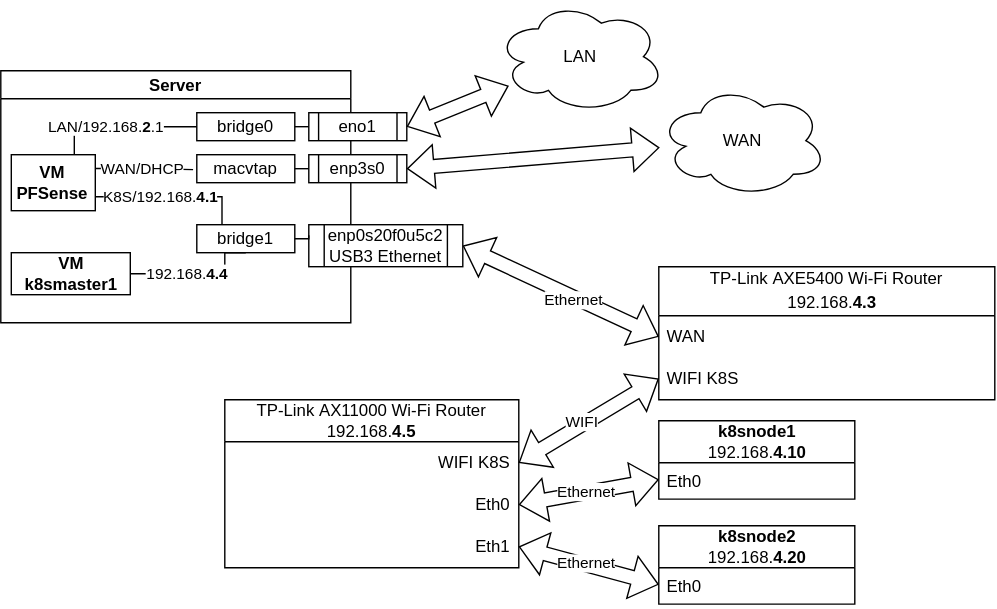
Above: Janky Network.svg in blekinge/k8s-setup-journey (draw.io), before the change. Source tidied: cells renumbered, new cells last; positions are measured from the earlier drawing's top-left corner, leaving out a move shared by most shapes.
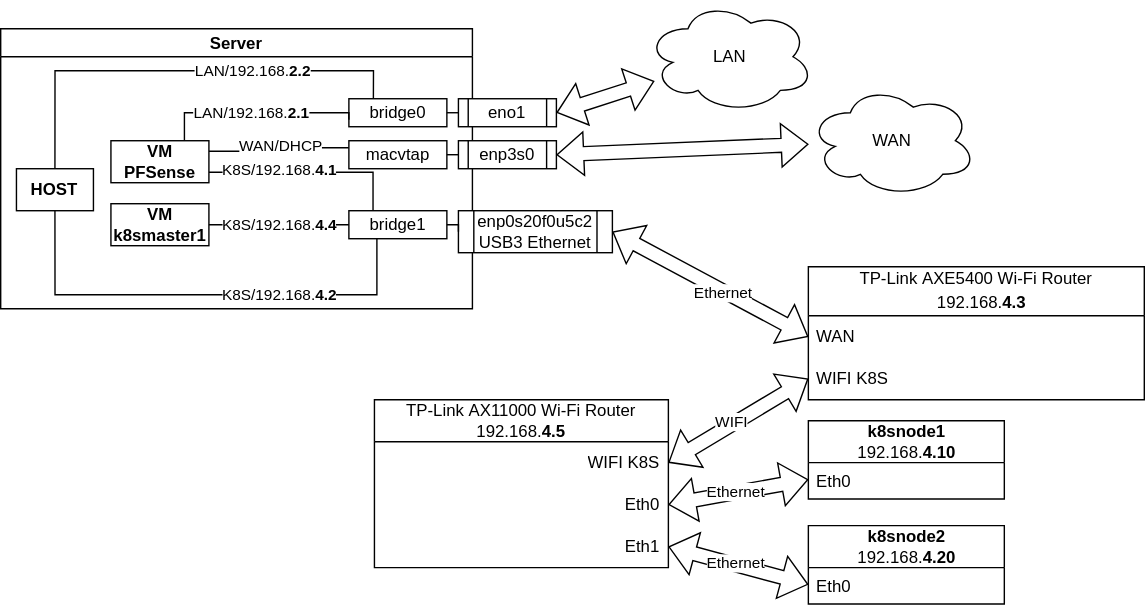
Later version of the same file.

Commit message:
Start of PFSense network setup

Change to the diagram source:
```diff
@@ -59,100 +59,132 @@
     <mxCell id="20" value="Ethernet" style="edgeLabel;html=1;align=center;verticalAlign=middle;" parent="19" vertex="1">
       <mxGeometry x="-0.05" y="1" relative="1" as="geometry" />
     </mxCell>
-    <mxCell id="21" style="group;" parent="1" vertex="1">
-      <mxGeometry width="590" height="230" as="geometry" />
-    </mxCell>
-    <mxCell id="22" value="Server" style="swimlane;startSize=20;horizontal=1;containerType=tree;" parent="21" vertex="1">
-      <mxGeometry y="50" width="250" height="180" as="geometry" />
+    <mxCell id="22" value="Server" style="swimlane;startSize=20;horizontal=1;containerType=tree;" parent="1" vertex="1">
+      <mxGeometry x="-107" y="20" width="337" height="200" as="geometry" />
     </mxCell>
+    <mxCell id="46" style="edgeStyle=orthogonalEdgeStyle;rounded=0;jettySize=auto;html=1;entryX=0.5;entryY=0;entryDx=0;entryDy=0;exitX=0.25;exitY=0;exitDx=0;exitDy=0;endArrow=none;endFill=0;" parent="22" edge="1" source="27" target="50">
+      <mxGeometry relative="1" as="geometry">
+        <Array as="points">
+          <mxPoint x="266" y="30" />
+          <mxPoint x="39" y="30" />
+        </Array>
+      </mxGeometry>
+    </mxCell>
+    <mxCell id="47" value="LAN/192.168.&lt;b&gt;2.2&lt;/b&gt;" style="edgeLabel;html=1;align=center;verticalAlign=middle;" parent="46" vertex="1">
+      <mxGeometry x="0.33" y="1" relative="1" as="geometry">
+        <mxPoint x="105" y="-1" as="offset" />
+      </mxGeometry>
+    </mxCell>
-    <mxCell id="23" style="edgeStyle=elbowEdgeStyle;rounded=0;jettySize=auto;html=1;startArrow=none;endArrow=none;exitX=1;exitY=0.25;exitDx=0;exitDy=0;entryX=-0.038;entryY=0.533;entryDx=0;entryDy=0;elbow=horizontal;entryPerimeter=0;" parent="22" edge="1" target="26">
-      <mxGeometry relative="1" as="geometry">
-        <mxPoint x="67.5" y="69.8" as="sourcePoint" />
-      </mxGeometry>
+    <mxCell id="23" style="edgeStyle=elbowEdgeStyle;rounded=0;jettySize=auto;html=1;startArrow=none;endArrow=none;exitX=1;exitY=0.25;exitDx=0;exitDy=0;entryX=0;entryY=0.25;entryDx=0;entryDy=0;elbow=horizontal;" parent="22" edge="1" source="25" target="26">
+      <mxGeometry relative="1" as="geometry" />
     </mxCell>
     <mxCell id="24" value="WAN/DHCP" style="edgeLabel;html=1;align=center;verticalAlign=middle;" parent="23" vertex="1">
       <mxGeometry x="0.27" y="-1" relative="1" as="geometry">
         <mxPoint x="-11" y="-2" as="offset" />
       </mxGeometry>
     </mxCell>
-    <mxCell id="25" value="&lt;b&gt;VM&lt;br&gt;PFSense&lt;/b&gt;" style="whiteSpace=wrap;html=1;newEdgeStyle={&quot;edgeStyle&quot;:&quot;elbowEdgeStyle&quot;,&quot;startArrow&quot;:&quot;none&quot;,&quot;endArrow&quot;:&quot;none&quot;};" parent="22" vertex="1">
-      <mxGeometry x="7.5" y="60" width="60" height="40" as="geometry" />
-    </mxCell>
     <mxCell id="26" value="macvtap" style="rounded=0;whiteSpace=wrap;html=1;" parent="22" vertex="1">
-      <mxGeometry x="140" y="60" width="70" height="20" as="geometry" />
+      <mxGeometry x="248.8" y="80" width="70" height="20" as="geometry" />
     </mxCell>
     <mxCell id="27" value="bridge0" style="rounded=0;whiteSpace=wrap;html=1;" parent="22" vertex="1">
-      <mxGeometry x="140" y="30" width="70" height="20" as="geometry" />
+      <mxGeometry x="248.8" y="50" width="70" height="20" as="geometry" />
     </mxCell>
-    <mxCell id="28" style="edgeStyle=elbowEdgeStyle;rounded=0;jettySize=auto;html=1;startArrow=none;endArrow=none;exitX=0.75;exitY=0;exitDx=0;exitDy=0;entryX=0;entryY=0.5;entryDx=0;entryDy=0;elbow=vertical;" parent="22" edge="1" source="25" target="27">
+    <mxCell id="28" style="edgeStyle=elbowEdgeStyle;rounded=0;jettySize=auto;html=1;startArrow=none;endArrow=none;exitX=0.75;exitY=0;exitDx=0;exitDy=0;entryX=0;entryY=0.75;entryDx=0;entryDy=0;elbow=vertical;" parent="22" edge="1" source="25" target="27">
       <mxGeometry relative="1" as="geometry">
         <Array as="points">
-          <mxPoint x="90" y="40" />
+          <mxPoint x="88.8" y="60" />
         </Array>
       </mxGeometry>
     </mxCell>
-    <mxCell id="29" value="LAN/192.168.&lt;b&gt;2&lt;/b&gt;.1" style="edgeLabel;html=1;align=center;verticalAlign=middle;" parent="28" vertex="1">
+    <mxCell id="29" value="LAN/192.168.&lt;b&gt;2.1&lt;/b&gt;" style="edgeLabel;html=1;align=center;verticalAlign=middle;" parent="28" vertex="1">
       <mxGeometry x="0.08" y="-1" relative="1" as="geometry">
-        <mxPoint x="-15" y="-1" as="offset" />
+        <mxPoint x="-9" y="-1" as="offset" />
       </mxGeometry>
     </mxCell>
     <mxCell id="30" value="&lt;b&gt;VM&lt;br&gt;k8smaster1&lt;/b&gt;" style="whiteSpace=wrap;html=1;newEdgeStyle={&quot;edgeStyle&quot;:&quot;elbowEdgeStyle&quot;,&quot;startArrow&quot;:&quot;none&quot;,&quot;endArrow&quot;:&quot;none&quot;};" parent="22" vertex="1">
-      <mxGeometry x="7.5" y="130" width="85" height="30" as="geometry" />
+      <mxGeometry x="78.8" y="125" width="70" height="30" as="geometry" />
     </mxCell>
+    <mxCell id="48" style="edgeStyle=orthogonalEdgeStyle;rounded=0;jettySize=auto;html=1;entryX=0.5;entryY=1;entryDx=0;entryDy=0;endArrow=none;endFill=0;" parent="22" edge="1" source="31" target="50">
+      <mxGeometry relative="1" as="geometry">
+        <Array as="points">
+          <mxPoint x="268.8" y="190" />
+          <mxPoint x="38.8" y="190" />
+        </Array>
+      </mxGeometry>
+    </mxCell>
+    <mxCell id="49" value="K8S/192.168.&lt;b&gt;4.2&lt;/b&gt;" style="edgeLabel;html=1;align=center;verticalAlign=middle;" parent="48" vertex="1">
+      <mxGeometry x="0.32" relative="1" as="geometry">
+        <mxPoint x="108" as="offset" />
+      </mxGeometry>
+    </mxCell>
     <mxCell id="31" value="bridge1" style="rounded=0;whiteSpace=wrap;html=1;" parent="22" vertex="1">
-      <mxGeometry x="140" y="110" width="70" height="20" as="geometry" />
+      <mxGeometry x="248.8" y="130" width="70" height="20" as="geometry" />
     </mxCell>
     <mxCell id="32" style="edgeStyle=elbowEdgeStyle;rounded=0;jettySize=auto;html=1;startArrow=none;endArrow=none;exitX=1;exitY=0.75;exitDx=0;exitDy=0;entryX=0.25;entryY=0;entryDx=0;entryDy=0;elbow=horizontal;" parent="22" edge="1" source="25" target="31">
       <mxGeometry relative="1" as="geometry">
         <Array as="points">
-          <mxPoint x="158" y="100" />
+          <mxPoint x="266" y="120" />
         </Array>
       </mxGeometry>
     </mxCell>
     <mxCell id="33" value="K8S/192.168.&lt;b&gt;4.1&lt;/b&gt;" style="edgeLabel;html=1;align=center;verticalAlign=middle;" parent="32" vertex="1">
-      <mxGeometry x="-0.18" relative="1" as="geometry" />
+      <mxGeometry x="-0.18" relative="1" as="geometry">
+        <mxPoint x="-10" y="-2" as="offset" />
+      </mxGeometry>
     </mxCell>
-    <mxCell id="34" style="edgeStyle=elbowEdgeStyle;rounded=0;jettySize=auto;html=1;startArrow=none;endArrow=none;exitX=1;exitY=0.5;exitDx=0;exitDy=0;entryX=0.5;entryY=1;entryDx=0;entryDy=0;elbow=horizontal;" parent="22" edge="1" source="30" target="31">
-      <mxGeometry relative="1" as="geometry">
-        <Array as="points">
-          <mxPoint x="160" y="150" />
-        </Array>
-      </mxGeometry>
+    <mxCell id="34" style="edgeStyle=elbowEdgeStyle;rounded=0;jettySize=auto;html=1;startArrow=none;endArrow=none;exitX=1;exitY=0.5;exitDx=0;exitDy=0;entryX=0;entryY=0.5;entryDx=0;entryDy=0;elbow=horizontal;" parent="22" edge="1" source="30" target="31">
+      <mxGeometry relative="1" as="geometry" />
     </mxCell>
-    <mxCell id="35" value="192.168.&lt;b&gt;4.4&lt;/b&gt;" style="edgeLabel;html=1;align=center;verticalAlign=middle;" parent="34" vertex="1">
-      <mxGeometry x="-0.18" relative="1" as="geometry" />
+    <mxCell id="35" value="K8S/192.168.&lt;b&gt;4.4&lt;/b&gt;" style="edgeLabel;html=1;align=center;verticalAlign=middle;" parent="34" vertex="1">
+      <mxGeometry x="-0.18" relative="1" as="geometry">
+        <mxPoint x="9" as="offset" />
+      </mxGeometry>
     </mxCell>
+    <mxCell id="50" value="&lt;b&gt;HOST&lt;/b&gt;" style="whiteSpace=wrap;html=1;newEdgeStyle={&quot;edgeStyle&quot;:&quot;elbowEdgeStyle&quot;,&quot;startArrow&quot;:&quot;none&quot;,&quot;endArrow&quot;:&quot;none&quot;};" parent="22" vertex="1">
+      <mxGeometry x="11.2" y="100" width="55" height="30" as="geometry" />
+    </mxCell>
+    <mxCell id="25" value="&lt;b&gt;VM&lt;br&gt;PFSense&lt;/b&gt;" style="whiteSpace=wrap;html=1;newEdgeStyle={&quot;edgeStyle&quot;:&quot;elbowEdgeStyle&quot;,&quot;startArrow&quot;:&quot;none&quot;,&quot;endArrow&quot;:&quot;none&quot;};" parent="22" vertex="1">
+      <mxGeometry x="78.8" y="80" width="70" height="30" as="geometry" />
+    </mxCell>
-    <mxCell id="36" value="eno1" style="shape=process;whiteSpace=wrap;html=1;backgroundOutline=1;" parent="21" vertex="1">
-      <mxGeometry x="220" y="80" width="70" height="20" as="geometry" />
+    <mxCell id="36" value="eno1" style="shape=process;whiteSpace=wrap;html=1;backgroundOutline=1;" parent="1" vertex="1">
+      <mxGeometry x="220" y="70" width="70" height="20" as="geometry" />
     </mxCell>
-    <mxCell id="37" value="enp3s0" style="shape=process;whiteSpace=wrap;html=1;backgroundOutline=1;" parent="21" vertex="1">
-      <mxGeometry x="220" y="110" width="70" height="20" as="geometry" />
+    <mxCell id="37" value="enp3s0" style="shape=process;whiteSpace=wrap;html=1;backgroundOutline=1;" parent="1" vertex="1">
+      <mxGeometry x="220" y="100" width="70" height="20" as="geometry" />
     </mxCell>
-    <mxCell id="38" value="LAN" style="ellipse;shape=cloud;whiteSpace=wrap;html=1;" parent="21" vertex="1">
+    <mxCell id="38" value="LAN" style="ellipse;shape=cloud;whiteSpace=wrap;html=1;" parent="1" vertex="1">
       <mxGeometry x="354" width="120" height="80" as="geometry" />
     </mxCell>
-    <mxCell id="39" value="WAN" style="ellipse;shape=cloud;whiteSpace=wrap;html=1;" parent="21" vertex="1">
+    <mxCell id="39" value="WAN" style="ellipse;shape=cloud;whiteSpace=wrap;html=1;" parent="1" vertex="1">
       <mxGeometry x="470" y="60" width="120" height="80" as="geometry" />
     </mxCell>
-    <mxCell id="40" style="edgeStyle=orthogonalEdgeStyle;rounded=0;jettySize=auto;html=1;exitX=1;exitY=0.5;exitDx=0;exitDy=0;endArrow=none;endFill=0;" parent="21" edge="1" source="26">
-      <mxGeometry relative="1" as="geometry">
-        <mxPoint x="220" y="120" as="targetPoint" />
-      </mxGeometry>
-    </mxCell>
-    <mxCell id="41" style="edgeStyle=orthogonalEdgeStyle;rounded=0;jettySize=auto;html=1;exitX=1;exitY=0.5;exitDx=0;exitDy=0;entryX=0;entryY=0.5;entryDx=0;entryDy=0;endArrow=none;endFill=0;" parent="21" edge="1" source="27" target="36">
-      <mxGeometry relative="1" as="geometry" />
-    </mxCell>
-    <mxCell id="42" value="enp0s20f0u5c2&lt;br&gt;USB3 Ethernet" style="shape=process;whiteSpace=wrap;html=1;backgroundOutline=1;" parent="21" vertex="1">
-      <mxGeometry x="220" y="160" width="110" height="30" as="geometry" />
+    <mxCell id="42" value="enp0s20f0u5c2&lt;br&gt;USB3 Ethernet" style="shape=process;whiteSpace=wrap;html=1;backgroundOutline=1;" parent="1" vertex="1">
+      <mxGeometry x="220" y="150" width="110" height="30" as="geometry" />
     </mxCell>
-    <mxCell id="43" style="edgeStyle=orthogonalEdgeStyle;rounded=0;jettySize=auto;html=1;exitX=1;exitY=0.5;exitDx=0;exitDy=0;entryX=0;entryY=0.25;entryDx=0;entryDy=0;endArrow=none;endFill=0;" parent="21" edge="1" source="31" target="42">
-      <mxGeometry relative="1" as="geometry" />
-    </mxCell>
-    <mxCell id="44" style="shape=flexArrow;endArrow=classic;startArrow=classic;html=1;rounded=0;exitX=1;exitY=0.5;exitDx=0;exitDy=0;" parent="21" edge="1" source="36" target="38">
+    <mxCell id="44" style="shape=flexArrow;endArrow=classic;startArrow=classic;html=1;rounded=0;exitX=1;exitY=0.5;exitDx=0;exitDy=0;" parent="1" edge="1" source="36" target="38">
       <mxGeometry relative="1" as="geometry" />
     </mxCell>
-    <mxCell id="45" style="shape=flexArrow;endArrow=classic;startArrow=classic;html=1;rounded=0;exitX=1;exitY=0.5;exitDx=0;exitDy=0;" parent="21" edge="1" source="37" target="39">
+    <mxCell id="45" style="shape=flexArrow;endArrow=classic;startArrow=classic;html=1;rounded=0;exitX=1;exitY=0.5;exitDx=0;exitDy=0;" parent="1" edge="1" source="37" target="39">
       <mxGeometry relative="1" as="geometry" />
     </mxCell>
+    <mxCell id="41" style="edgeStyle=orthogonalEdgeStyle;rounded=0;jettySize=auto;html=1;exitX=1;exitY=0.5;exitDx=0;exitDy=0;endArrow=none;endFill=0;entryX=0;entryY=0.5;entryDx=0;entryDy=0;" parent="1" edge="1" source="27" target="36">
+      <mxGeometry relative="1" as="geometry">
+        <Array as="points">
+          <mxPoint x="213" y="80" />
+          <mxPoint x="213" y="80" />
+        </Array>
+      </mxGeometry>
+    </mxCell>
+    <mxCell id="40" style="edgeStyle=orthogonalEdgeStyle;rounded=0;jettySize=auto;html=1;exitX=1;exitY=0.5;exitDx=0;exitDy=0;endArrow=none;endFill=0;entryX=0;entryY=0.5;entryDx=0;entryDy=0;" parent="1" edge="1" source="26" target="37">
+      <mxGeometry relative="1" as="geometry">
+        <Array as="points">
+          <mxPoint x="213" y="110" />
+          <mxPoint x="213" y="110" />
+        </Array>
+      </mxGeometry>
+    </mxCell>
+    <mxCell id="43" style="edgeStyle=orthogonalEdgeStyle;rounded=0;jettySize=auto;html=1;exitX=1;exitY=0.5;exitDx=0;exitDy=0;entryX=0;entryY=0.5;entryDx=0;entryDy=0;endArrow=none;endFill=0;" parent="1" edge="1" source="31" target="42">
+      <mxGeometry relative="1" as="geometry" />
+    </mxCell>
   </root>
 </mxGraphModel>
```
